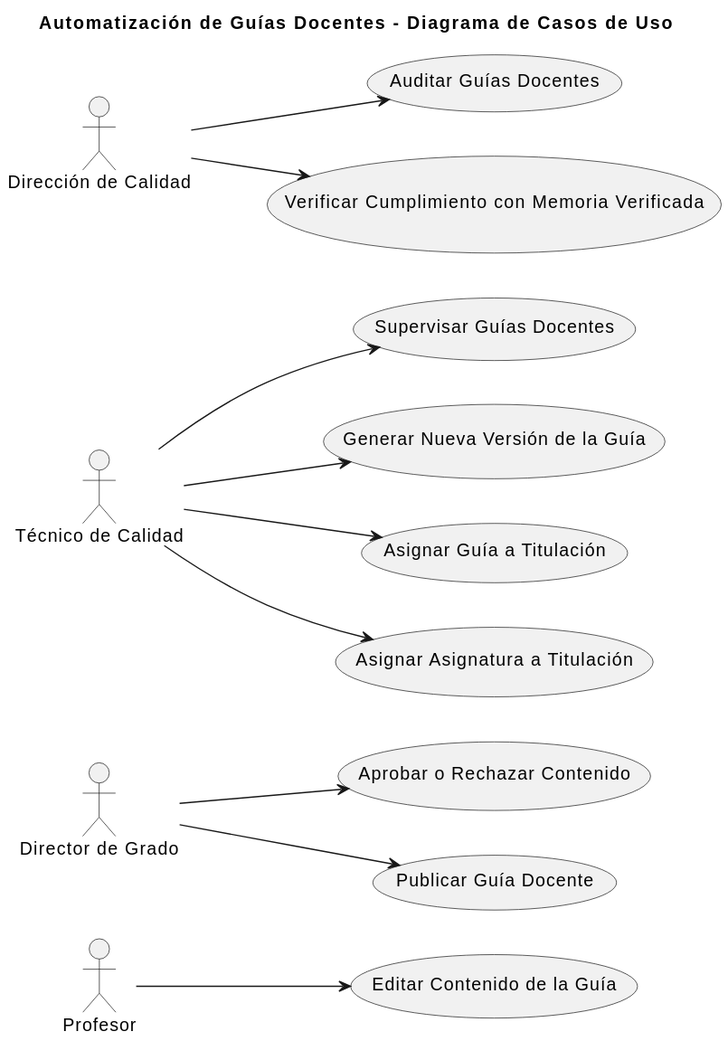
mmasias/24-25-IdSw1-SDR keeps this PlantUML diagram as images/modelosUML/diagramaCasosDeUso.svg. Above is the earlier version.
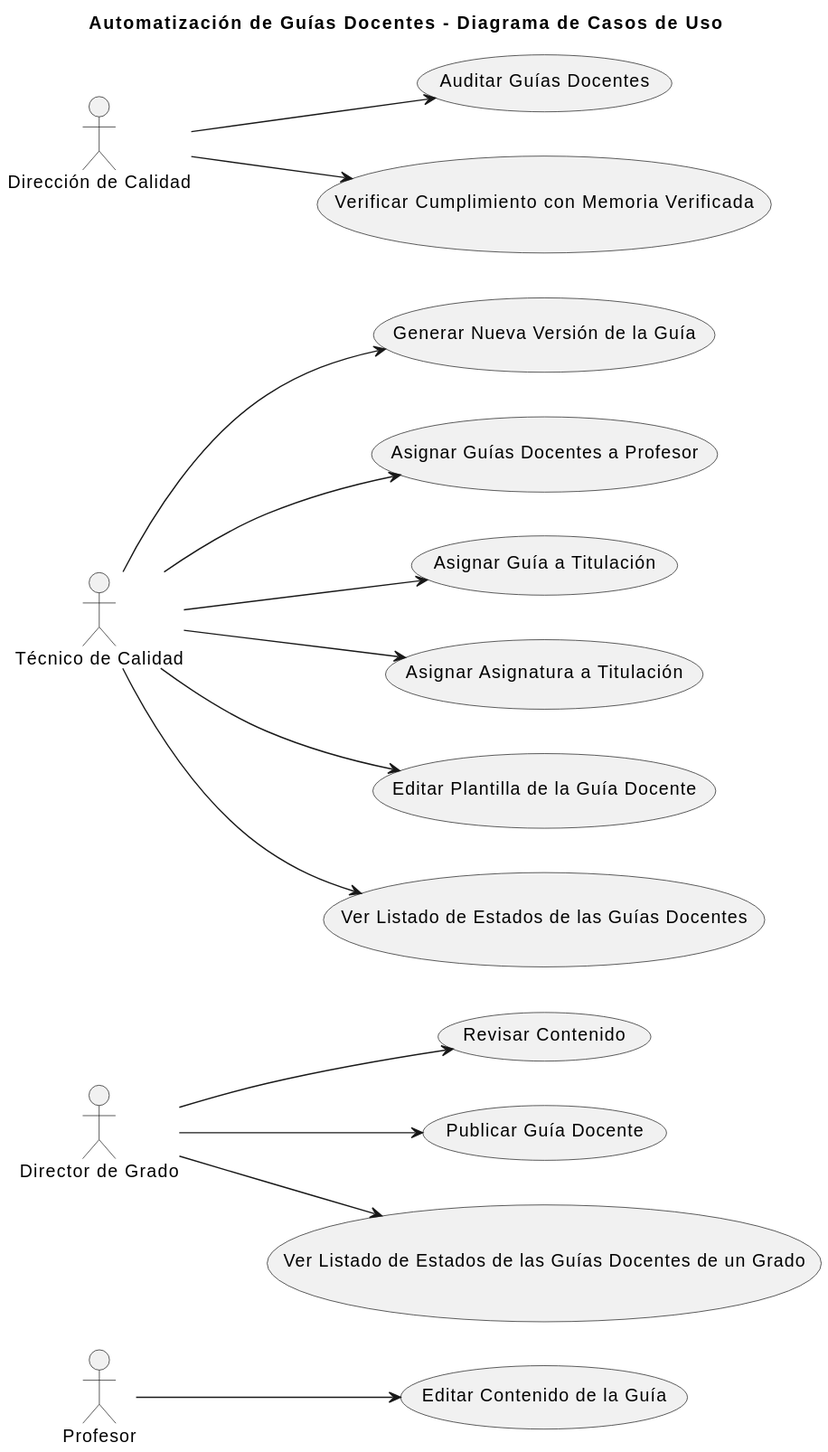
The same file after the commit.

Commit message:
Fix/update casos de uso - quitamos supervisar y plantilla multitulacion - reodenamos para mejorar visibilidad general

Change to the diagram source:
```diff
@@ -9,22 +9,28 @@
 actor "Dirección de Calidad" as DireccionCalidad
 
 usecase "Editar Contenido de la Guía" as EditarGuia
-usecase "Aprobar o Rechazar Contenido" as AprobarContenido
-usecase "Supervisar Guías Docentes" as SupervisarGuias
+usecase "Revisar Contenido" as RevisarContenido
 usecase "Auditar Guías Docentes" as AuditarGuias
 usecase "Generar Nueva Versión de la Guía" as GenerarVersion
+usecase "Asignar Guías Docentes a Profesor" as AsignarGuiaProfesor
 usecase "Asignar Guía a Titulación" as AsignarGuiaTitulacion
 usecase "Asignar Asignatura a Titulación" as AsignarAsignaturaTitulacion
+usecase "Editar Plantilla de la Guía Docente" as EditarPlantilla
 usecase "Publicar Guía Docente" as PublicarGuia
 usecase "Verificar Cumplimiento con Memoria Verificada" as VerificarMemoria
+usecase "Ver Listado de Estados de las Guías Docentes" as VerEstadosGuias
+usecase "Ver Listado de Estados de las Guías Docentes de un Grado" as VerEstadosGuiasGrado
 
 Profesor --> EditarGuia
-DirectorGrado --> AprobarContenido
+DirectorGrado --> RevisarContenido
 DirectorGrado --> PublicarGuia
-TecnicoCalidad --> SupervisarGuias
+DirectorGrado --> VerEstadosGuiasGrado
 TecnicoCalidad --> GenerarVersion
+TecnicoCalidad --> AsignarGuiaProfesor
 TecnicoCalidad --> AsignarGuiaTitulacion
 TecnicoCalidad --> AsignarAsignaturaTitulacion
+TecnicoCalidad --> EditarPlantilla
+TecnicoCalidad --> VerEstadosGuias
 DireccionCalidad --> AuditarGuias
 DireccionCalidad --> VerificarMemoria
 @enduml
```
